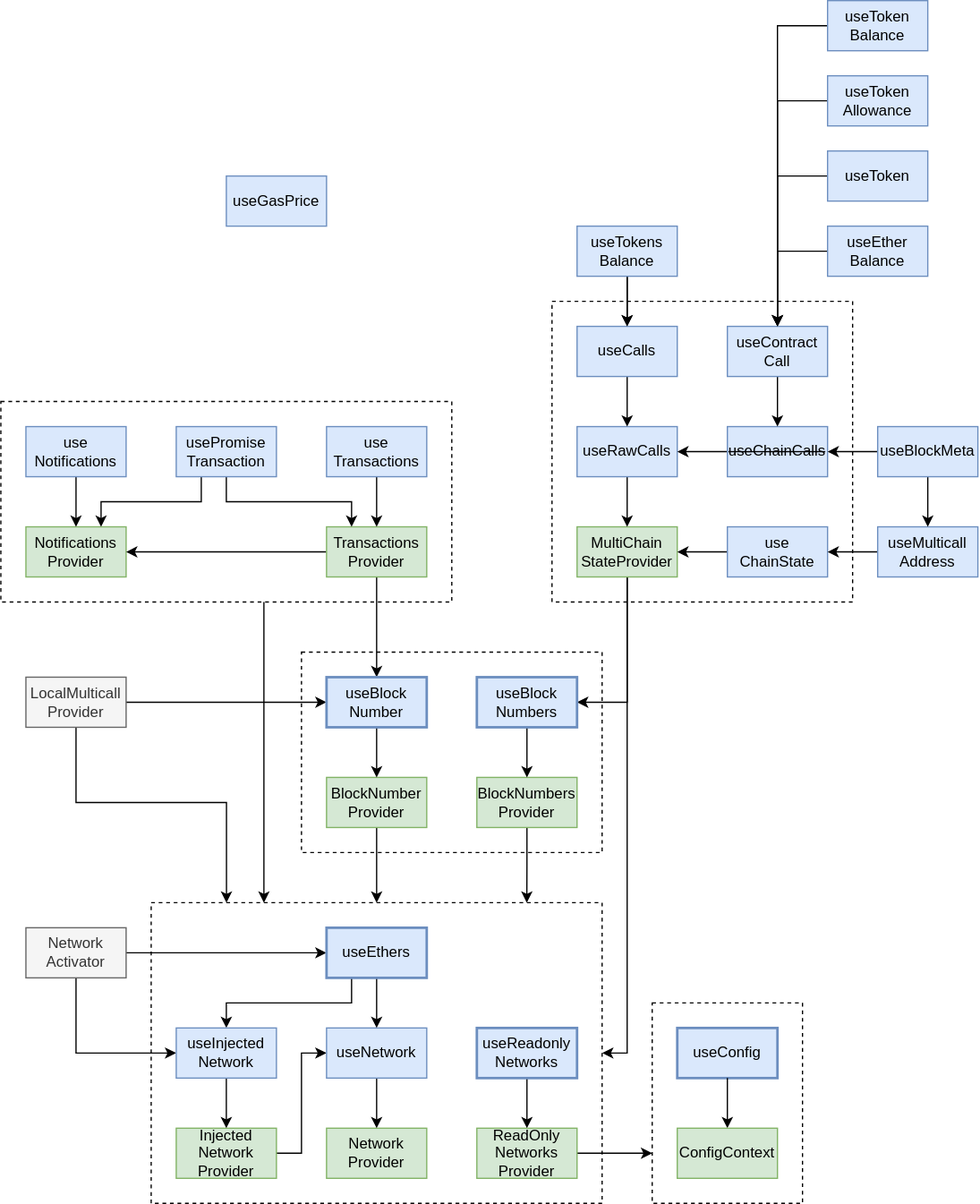
This is docs/internal/architecture.drawio.svg from TrueFiEng/useDApp, a draw.io export, as it was before one commit. Source tidied: cells renumbered, new cells last; positions are measured from the earlier drawing's top-left corner, leaving out a move shared by most shapes.
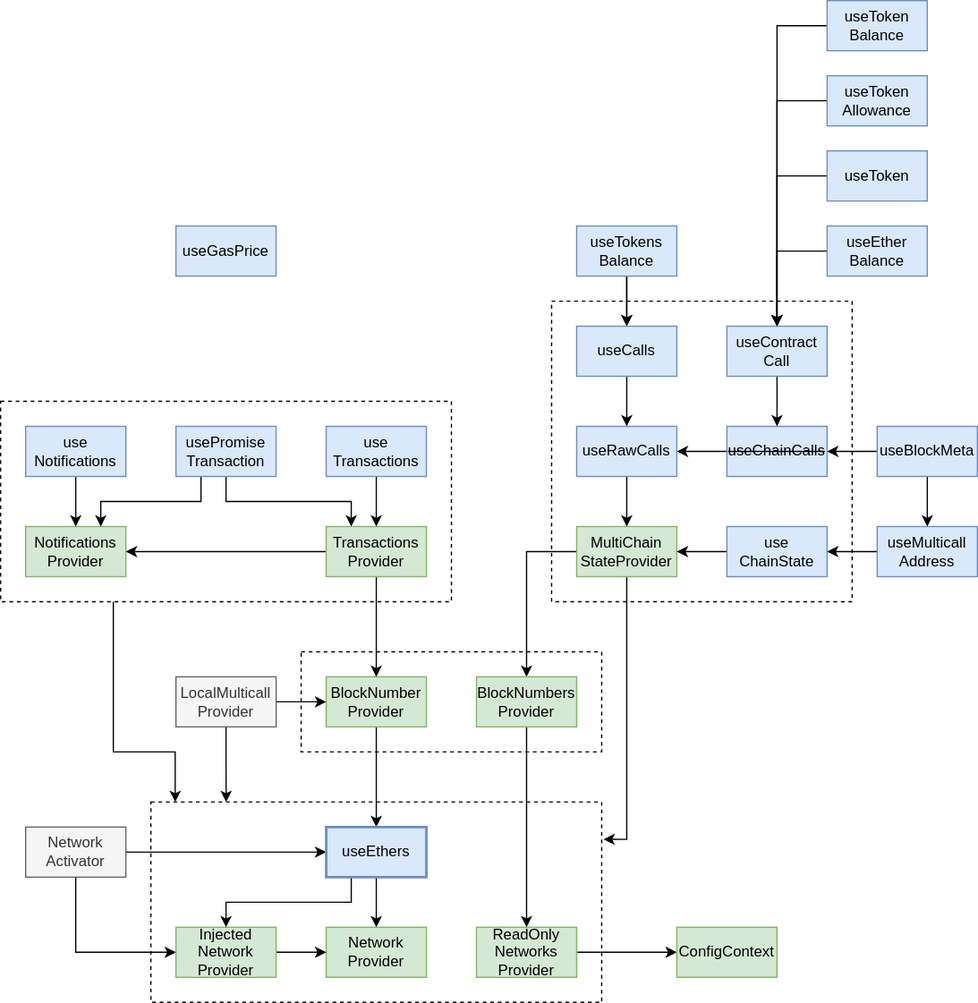
After the change.

Diff of the diagram source:
```diff
@@ -9,24 +9,18 @@
       <mxGeometry x="440" y="240" width="240" height="240" as="geometry" />
     </mxCell>
     <mxCell id="4" style="rounded=0;whiteSpace=wrap;html=1;strokeWidth=1;dashed=1;fillColor=none;" parent="1" vertex="1">
-      <mxGeometry x="240" y="520" width="240" height="160" as="geometry" />
+      <mxGeometry x="240" y="520" width="240" height="80" as="geometry" />
     </mxCell>
     <mxCell id="5" style="rounded=0;whiteSpace=wrap;html=1;strokeWidth=1;dashed=1;fillColor=none;" parent="1" vertex="1">
-      <mxGeometry x="120" y="720" width="360" height="240" as="geometry" />
+      <mxGeometry x="120" y="640" width="360" height="160" as="geometry" />
     </mxCell>
-    <mxCell id="6" value="useConfig" style="rounded=0;whiteSpace=wrap;html=1;fillColor=#dae8fc;strokeColor=#6c8ebf;strokeWidth=2;" parent="1" vertex="1">
-      <mxGeometry x="540" y="820" width="80" height="40" as="geometry" />
-    </mxCell>
-    <mxCell id="7" style="rounded=0;whiteSpace=wrap;html=1;strokeWidth=1;dashed=1;fillColor=none;" parent="1" vertex="1">
-      <mxGeometry x="520" y="800" width="120" height="160" as="geometry" />
-    </mxCell>
-    <mxCell id="8" style="edgeStyle=orthogonalEdgeStyle;rounded=0;html=1;exitX=0.5;exitY=1;exitDx=0;exitDy=0;entryX=1;entryY=0.5;entryDx=0;entryDy=0;startArrow=none;startFill=0;endArrow=classic;endFill=1;" parent="1" edge="1" source="10" target="53">
+    <mxCell id="8" style="edgeStyle=orthogonalEdgeStyle;rounded=0;html=1;exitX=0;exitY=0.5;exitDx=0;exitDy=0;entryX=0.5;entryY=0;entryDx=0;entryDy=0;startArrow=none;startFill=0;endArrow=classic;endFill=1;" parent="1" edge="1" source="10" target="37">
       <mxGeometry relative="1" as="geometry" />
     </mxCell>
-    <mxCell id="9" style="edgeStyle=orthogonalEdgeStyle;rounded=0;html=1;exitX=0.5;exitY=1;exitDx=0;exitDy=0;entryX=1;entryY=0.5;entryDx=0;entryDy=0;startArrow=none;startFill=0;endArrow=classic;endFill=1;" parent="1" edge="1" source="10" target="5">
+    <mxCell id="9" style="edgeStyle=orthogonalEdgeStyle;rounded=0;html=1;exitX=0.5;exitY=1;exitDx=0;exitDy=0;entryX=1.004;entryY=0.186;entryDx=0;entryDy=0;startArrow=none;startFill=0;endArrow=classic;endFill=1;entryPerimeter=0;" parent="1" edge="1" source="10" target="5">
       <mxGeometry relative="1" as="geometry">
         <Array as="points">
-          <mxPoint x="500" y="840" />
+          <mxPoint x="500" y="670" />
         </Array>
       </mxGeometry>
     </mxCell>
@@ -95,120 +89,85 @@
     <mxCell id="29" value="useToken" style="rounded=0;whiteSpace=wrap;html=1;fillColor=#dae8fc;strokeColor=#6c8ebf;" parent="1" vertex="1">
       <mxGeometry x="660" y="120" width="80" height="40" as="geometry" />
     </mxCell>
-    <mxCell id="30" style="edgeStyle=orthogonalEdgeStyle;rounded=0;html=1;exitX=1;exitY=0.5;exitDx=0;exitDy=0;entryX=0;entryY=0.75;entryDx=0;entryDy=0;" parent="1" edge="1" source="31" target="7">
+    <mxCell id="30" style="edgeStyle=orthogonalEdgeStyle;rounded=0;html=1;exitX=1;exitY=0.5;exitDx=0;exitDy=0;" parent="1" edge="1" source="31" target="64">
       <mxGeometry relative="1" as="geometry" />
     </mxCell>
     <mxCell id="31" value="ReadOnly&lt;br&gt;Networks&lt;br&gt;Provider" style="rounded=0;whiteSpace=wrap;html=1;fillColor=#d5e8d4;strokeColor=#82b366;" parent="1" vertex="1">
-      <mxGeometry x="380" y="900" width="80" height="40" as="geometry" />
+      <mxGeometry x="380" y="740" width="80" height="40" as="geometry" />
     </mxCell>
     <mxCell id="32" value="Network&lt;br&gt;Provider" style="rounded=0;whiteSpace=wrap;html=1;fillColor=#d5e8d4;strokeColor=#82b366;" parent="1" vertex="1">
-      <mxGeometry x="260" y="900" width="80" height="40" as="geometry" />
+      <mxGeometry x="260" y="740" width="80" height="40" as="geometry" />
     </mxCell>
     <mxCell id="33" style="edgeStyle=orthogonalEdgeStyle;rounded=0;html=1;exitX=1;exitY=0.5;exitDx=0;exitDy=0;" parent="1" edge="1" source="35" target="59">
       <mxGeometry relative="1" as="geometry" />
     </mxCell>
-    <mxCell id="34" style="edgeStyle=orthogonalEdgeStyle;rounded=0;html=1;exitX=0.5;exitY=1;exitDx=0;exitDy=0;entryX=0;entryY=0.5;entryDx=0;entryDy=0;" parent="1" edge="1" source="35" target="63">
+    <mxCell id="34" style="edgeStyle=orthogonalEdgeStyle;rounded=0;html=1;exitX=0.5;exitY=1;exitDx=0;exitDy=0;entryX=0;entryY=0.5;entryDx=0;entryDy=0;" parent="1" edge="1" source="35" target="41">
       <mxGeometry relative="1" as="geometry" />
     </mxCell>
     <mxCell id="35" value="Network&lt;br&gt;Activator" style="rounded=0;whiteSpace=wrap;html=1;fillColor=#f5f5f5;fontColor=#333333;strokeColor=#666666;" parent="1" vertex="1">
-      <mxGeometry x="20" y="740" width="80" height="40" as="geometry" />
+      <mxGeometry x="20" y="660" width="80" height="40" as="geometry" />
     </mxCell>
-    <mxCell id="36" style="edgeStyle=orthogonalEdgeStyle;rounded=0;html=1;exitX=0.5;exitY=1;exitDx=0;exitDy=0;startArrow=none;startFill=0;endArrow=classic;endFill=1;entryX=0.833;entryY=0;entryDx=0;entryDy=0;entryPerimeter=0;" parent="1" edge="1" source="37" target="5">
+    <mxCell id="36" style="edgeStyle=orthogonalEdgeStyle;rounded=0;html=1;exitX=0.5;exitY=1;exitDx=0;exitDy=0;startArrow=none;startFill=0;endArrow=classic;endFill=1;" parent="1" edge="1" source="37" target="31">
       <mxGeometry relative="1" as="geometry" />
     </mxCell>
     <mxCell id="37" value="BlockNumbers&lt;br&gt;Provider" style="rounded=0;whiteSpace=wrap;html=1;fillColor=#d5e8d4;strokeColor=#82b366;" parent="1" vertex="1">
-      <mxGeometry x="380" y="620" width="80" height="40" as="geometry" />
+      <mxGeometry x="380" y="540" width="80" height="40" as="geometry" />
     </mxCell>
-    <mxCell id="38" style="edgeStyle=orthogonalEdgeStyle;rounded=0;html=1;exitX=0.5;exitY=1;exitDx=0;exitDy=0;" parent="1" edge="1" source="39" target="5">
+    <mxCell id="38" style="edgeStyle=orthogonalEdgeStyle;rounded=0;html=1;exitX=0.5;exitY=1;exitDx=0;exitDy=0;" parent="1" edge="1" source="39" target="59">
       <mxGeometry relative="1" as="geometry" />
     </mxCell>
     <mxCell id="39" value="BlockNumber&lt;br&gt;Provider" style="rounded=0;whiteSpace=wrap;html=1;fillColor=#d5e8d4;strokeColor=#82b366;" parent="1" vertex="1">
-      <mxGeometry x="260" y="620" width="80" height="40" as="geometry" />
+      <mxGeometry x="260" y="540" width="80" height="40" as="geometry" />
     </mxCell>
-    <mxCell id="40" style="edgeStyle=orthogonalEdgeStyle;rounded=0;html=1;exitX=1;exitY=0.5;exitDx=0;exitDy=0;entryX=0;entryY=0.5;entryDx=0;entryDy=0;" parent="1" edge="1" source="41" target="51">
+    <mxCell id="40" style="edgeStyle=orthogonalEdgeStyle;rounded=0;html=1;exitX=1;exitY=0.5;exitDx=0;exitDy=0;entryX=0;entryY=0.5;entryDx=0;entryDy=0;" parent="1" edge="1" source="41" target="32">
       <mxGeometry relative="1" as="geometry" />
     </mxCell>
     <mxCell id="41" value="Injected&lt;br&gt;Network&lt;br&gt;Provider" style="rounded=0;whiteSpace=wrap;html=1;fillColor=#d5e8d4;strokeColor=#82b366;" parent="1" vertex="1">
-      <mxGeometry x="140" y="900" width="80" height="40" as="geometry" />
+      <mxGeometry x="140" y="740" width="80" height="40" as="geometry" />
     </mxCell>
     <mxCell id="42" value="Notifications&lt;br&gt;Provider" style="rounded=0;whiteSpace=wrap;html=1;fillColor=#d5e8d4;strokeColor=#82b366;" parent="1" vertex="1">
       <mxGeometry x="20" y="420" width="80" height="40" as="geometry" />
     </mxCell>
-    <mxCell id="43" style="edgeStyle=orthogonalEdgeStyle;rounded=0;html=1;exitX=1;exitY=0.5;exitDx=0;exitDy=0;entryX=0;entryY=0.5;entryDx=0;entryDy=0;" parent="1" edge="1" source="45" target="62">
+    <mxCell id="43" style="edgeStyle=orthogonalEdgeStyle;rounded=0;html=1;exitX=1;exitY=0.5;exitDx=0;exitDy=0;" parent="1" edge="1" source="45" target="39">
       <mxGeometry relative="1" as="geometry" />
     </mxCell>
     <mxCell id="44" style="edgeStyle=orthogonalEdgeStyle;rounded=0;html=1;exitX=0.5;exitY=1;exitDx=0;exitDy=0;entryX=0.167;entryY=0;entryDx=0;entryDy=0;entryPerimeter=0;" parent="1" edge="1" source="45" target="5">
-      <mxGeometry relative="1" as="geometry">
-        <Array as="points">
-          <mxPoint x="60" y="640" />
-          <mxPoint x="180" y="640" />
-        </Array>
-      </mxGeometry>
+      <mxGeometry relative="1" as="geometry" />
     </mxCell>
     <mxCell id="45" value="LocalMulticall&lt;br&gt;Provider" style="rounded=0;whiteSpace=wrap;html=1;fillColor=#f5f5f5;strokeColor=#666666;fontColor=#333333;" parent="1" vertex="1">
-      <mxGeometry x="20" y="540" width="80" height="40" as="geometry" />
+      <mxGeometry x="140" y="540" width="80" height="40" as="geometry" />
     </mxCell>
-    <mxCell id="46" style="edgeStyle=orthogonalEdgeStyle;rounded=0;html=1;exitX=0.5;exitY=1;exitDx=0;exitDy=0;entryX=0.5;entryY=0;entryDx=0;entryDy=0;" parent="1" edge="1" source="49" target="62">
+    <mxCell id="46" style="edgeStyle=orthogonalEdgeStyle;rounded=0;html=1;exitX=0.5;exitY=1;exitDx=0;exitDy=0;" parent="1" edge="1" source="49" target="39">
       <mxGeometry relative="1" as="geometry" />
     </mxCell>
     <mxCell id="47" style="edgeStyle=orthogonalEdgeStyle;rounded=0;html=1;exitX=0;exitY=0.5;exitDx=0;exitDy=0;" parent="1" edge="1" source="49" target="42">
       <mxGeometry relative="1" as="geometry" />
     </mxCell>
-    <mxCell id="48" style="edgeStyle=orthogonalEdgeStyle;rounded=0;html=1;entryX=0.25;entryY=0;entryDx=0;entryDy=0;" parent="1" edge="1" target="5">
+    <mxCell id="48" style="edgeStyle=orthogonalEdgeStyle;rounded=0;html=1;entryX=0.054;entryY=0;entryDx=0;entryDy=0;exitX=0.25;exitY=1;exitDx=0;exitDy=0;entryPerimeter=0;" parent="1" edge="1" source="2" target="5">
       <mxGeometry relative="1" as="geometry">
-        <mxPoint x="210" y="480" as="sourcePoint" />
+        <Array as="points">
+          <mxPoint x="90" y="600" />
+          <mxPoint x="139" y="600" />
+        </Array>
       </mxGeometry>
     </mxCell>
     <mxCell id="49" value="Transactions&lt;br&gt;Provider" style="rounded=0;whiteSpace=wrap;html=1;fillColor=#d5e8d4;strokeColor=#82b366;" parent="1" vertex="1">
       <mxGeometry x="260" y="420" width="80" height="40" as="geometry" />
     </mxCell>
-    <mxCell id="50" style="edgeStyle=none;html=1;" parent="1" edge="1" source="51" target="32">
-      <mxGeometry relative="1" as="geometry" />
-    </mxCell>
-    <mxCell id="51" value="useNetwork" style="rounded=0;whiteSpace=wrap;html=1;fillColor=#dae8fc;strokeColor=#6c8ebf;" parent="1" vertex="1">
-      <mxGeometry x="260" y="820" width="80" height="40" as="geometry" />
-    </mxCell>
-    <mxCell id="52" style="edgeStyle=none;html=1;" parent="1" edge="1" source="53" target="37">
-      <mxGeometry relative="1" as="geometry" />
-    </mxCell>
-    <mxCell id="53" value="useBlock&lt;br&gt;Numbers" style="rounded=0;whiteSpace=wrap;html=1;fillColor=#dae8fc;strokeColor=#6c8ebf;strokeWidth=2;" parent="1" vertex="1">
-      <mxGeometry x="380" y="540" width="80" height="40" as="geometry" />
-    </mxCell>
-    <mxCell id="54" style="edgeStyle=orthogonalEdgeStyle;rounded=0;html=1;exitX=0.5;exitY=1;exitDx=0;exitDy=0;entryX=0.5;entryY=0;entryDx=0;entryDy=0;" parent="1" edge="1" source="55" target="31">
-      <mxGeometry relative="1" as="geometry" />
-    </mxCell>
-    <mxCell id="55" value="useReadonly&lt;br&gt;Networks" style="rounded=0;whiteSpace=wrap;html=1;fillColor=#dae8fc;strokeColor=#6c8ebf;strokeWidth=2;" parent="1" vertex="1">
-      <mxGeometry x="380" y="820" width="80" height="40" as="geometry" />
-    </mxCell>
-    <mxCell id="56" style="edgeStyle=orthogonalEdgeStyle;rounded=0;html=1;exitX=0.5;exitY=1;exitDx=0;exitDy=0;entryX=0.5;entryY=0;entryDx=0;entryDy=0;" parent="1" edge="1" source="6" target="64">
-      <mxGeometry relative="1" as="geometry" />
-    </mxCell>
-    <mxCell id="57" style="edgeStyle=orthogonalEdgeStyle;html=1;rounded=0;exitX=0.25;exitY=1;exitDx=0;exitDy=0;" parent="1" edge="1" source="59" target="63">
+    <mxCell id="57" style="edgeStyle=orthogonalEdgeStyle;html=1;rounded=0;exitX=0.25;exitY=1;exitDx=0;exitDy=0;" parent="1" edge="1" source="59" target="41">
       <mxGeometry relative="1" as="geometry" />
     </mxCell>
-    <mxCell id="58" style="html=1;rounded=0;edgeStyle=orthogonalEdgeStyle;exitX=0.5;exitY=1;exitDx=0;exitDy=0;" parent="1" edge="1" source="59" target="51">
+    <mxCell id="58" style="html=1;rounded=0;edgeStyle=orthogonalEdgeStyle;exitX=0.5;exitY=1;exitDx=0;exitDy=0;" parent="1" edge="1" source="59" target="32">
       <mxGeometry relative="1" as="geometry" />
     </mxCell>
     <mxCell id="59" value="useEthers" style="rounded=0;whiteSpace=wrap;html=1;fillColor=#dae8fc;strokeColor=#6c8ebf;strokeWidth=2;" parent="1" vertex="1">
-      <mxGeometry x="260" y="740" width="80" height="40" as="geometry" />
+      <mxGeometry x="260" y="660" width="80" height="40" as="geometry" />
     </mxCell>
-    <mxCell id="60" style="edgeStyle=none;html=1;" parent="1" edge="1" source="63" target="41">
-      <mxGeometry relative="1" as="geometry" />
-    </mxCell>
-    <mxCell id="61" style="edgeStyle=orthogonalEdgeStyle;rounded=0;html=1;exitX=0.5;exitY=1;exitDx=0;exitDy=0;entryX=0.5;entryY=0;entryDx=0;entryDy=0;" parent="1" edge="1" source="62" target="39">
-      <mxGeometry relative="1" as="geometry" />
-    </mxCell>
-    <mxCell id="62" value="useBlock&lt;br&gt;Number" style="rounded=0;whiteSpace=wrap;html=1;fillColor=#dae8fc;strokeColor=#6c8ebf;strokeWidth=2;" parent="1" vertex="1">
-      <mxGeometry x="260" y="540" width="80" height="40" as="geometry" />
-    </mxCell>
-    <mxCell id="63" value="useInjected&lt;br&gt;Network" style="rounded=0;whiteSpace=wrap;html=1;fillColor=#dae8fc;strokeColor=#6c8ebf;" parent="1" vertex="1">
-      <mxGeometry x="140" y="820" width="80" height="40" as="geometry" />
-    </mxCell>
     <mxCell id="64" value="ConfigContext" style="rounded=0;whiteSpace=wrap;html=1;fillColor=#d5e8d4;strokeColor=#82b366;" parent="1" vertex="1">
-      <mxGeometry x="540" y="900" width="80" height="40" as="geometry" />
+      <mxGeometry x="540" y="740" width="80" height="40" as="geometry" />
     </mxCell>
     <mxCell id="65" value="useGasPrice" style="rounded=0;whiteSpace=wrap;html=1;fillColor=#dae8fc;strokeColor=#6c8ebf;" parent="1" vertex="1">
-      <mxGeometry x="180" y="140" width="80" height="40" as="geometry" />
+      <mxGeometry x="140" y="180" width="80" height="40" as="geometry" />
     </mxCell>
     <mxCell id="66" style="edgeStyle=orthogonalEdgeStyle;rounded=0;html=1;exitX=0.5;exitY=1;exitDx=0;exitDy=0;entryX=0.5;entryY=0;entryDx=0;entryDy=0;" parent="1" edge="1" source="67" target="42">
       <mxGeometry relative="1" as="geometry" />
```
